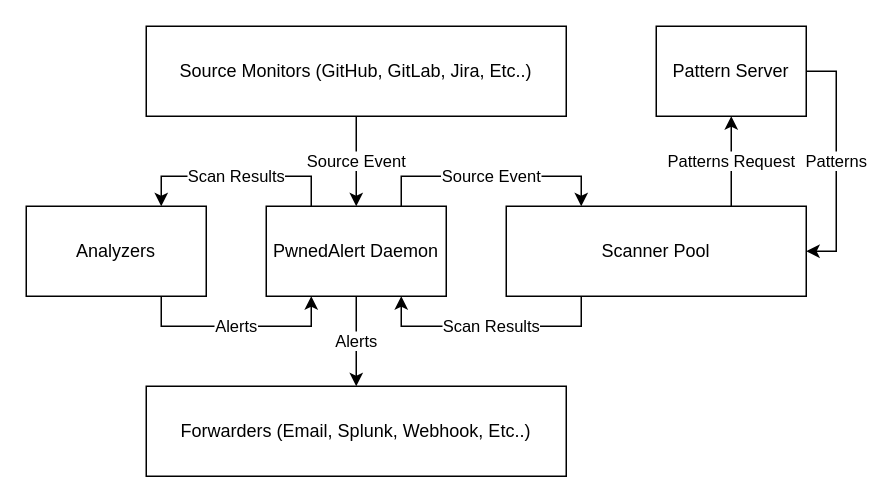
The draw.io diagram assets/PwnedAlert.drawio in leaktk/docs, before the edit. Source tidied: cells renumbered, new cells numbered last; positions are measured from the earlier drawing's top-left corner, leaving out a move shared by most shapes. Both pictures are drawn from the tidied source at 150%, with x=0, y=0 at pixel (26, 26).
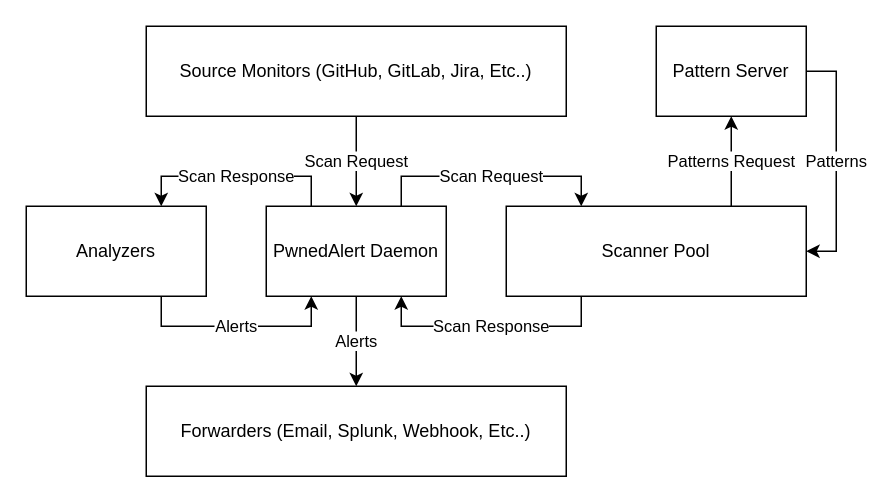
The same diagram, later.

What changed in the source:
```diff
@@
 <mxGraphModel>
   <root>
     <mxCell id="0" />
     <mxCell id="1" parent="0" />
-    <mxCell id="2" value="Source Event" style="edgeStyle=orthogonalEdgeStyle;rounded=0;jettySize=auto;html=1;exitX=0.5;exitY=1;exitDx=0;exitDy=0;entryX=0.5;entryY=0;entryDx=0;entryDy=0;" parent="1" edge="1" source="3" target="7">
+    <mxCell id="2" value="Scan Request" style="edgeStyle=orthogonalEdgeStyle;rounded=0;jettySize=auto;html=1;exitX=0.5;exitY=1;exitDx=0;exitDy=0;entryX=0.5;entryY=0;entryDx=0;entryDy=0;" parent="1" edge="1" source="3" target="7">
       <mxGeometry relative="1" as="geometry" />
     </mxCell>
     <mxCell id="3" value="Source Monitors (GitHub, GitLab, Jira, Etc..)" style="rounded=0;whiteSpace=wrap;html=1;" parent="1" vertex="1">
       <mxGeometry x="80" width="280" height="60" as="geometry" />
     </mxCell>
-    <mxCell id="4" value="Source Event" style="edgeStyle=orthogonalEdgeStyle;rounded=0;jettySize=auto;html=1;exitX=0.75;exitY=0;exitDx=0;exitDy=0;entryX=0.25;entryY=0;entryDx=0;entryDy=0;" parent="1" edge="1" source="7" target="12">
+    <mxCell id="4" value="Scan Request" style="edgeStyle=orthogonalEdgeStyle;rounded=0;jettySize=auto;html=1;exitX=0.75;exitY=0;exitDx=0;exitDy=0;entryX=0.25;entryY=0;entryDx=0;entryDy=0;" parent="1" edge="1" source="7" target="12">
       <mxGeometry relative="1" as="geometry" />
     </mxCell>
-    <mxCell id="5" value="Scan Results" style="edgeStyle=orthogonalEdgeStyle;rounded=0;jettySize=auto;html=1;exitX=0.25;exitY=0;exitDx=0;exitDy=0;entryX=0.75;entryY=0;entryDx=0;entryDy=0;" parent="1" edge="1" source="7" target="14">
+    <mxCell id="5" value="Scan Response" style="edgeStyle=orthogonalEdgeStyle;rounded=0;jettySize=auto;html=1;exitX=0.25;exitY=0;exitDx=0;exitDy=0;entryX=0.75;entryY=0;entryDx=0;entryDy=0;" parent="1" edge="1" source="7" target="14">
       <mxGeometry relative="1" as="geometry" />
     </mxCell>
     <mxCell id="6" value="Alerts" style="edgeStyle=orthogonalEdgeStyle;rounded=0;jettySize=auto;html=1;exitX=0.5;exitY=1;exitDx=0;exitDy=0;entryX=0.5;entryY=0;entryDx=0;entryDy=0;" parent="1" edge="1" source="7" target="15">
       <mxGeometry relative="1" as="geometry" />
     </mxCell>
     <mxCell id="7" value="PwnedAlert Daemon" style="rounded=0;whiteSpace=wrap;html=1;" parent="1" vertex="1">
       <mxGeometry x="160" y="120" width="120" height="60" as="geometry" />
     </mxCell>
     <mxCell id="8" value="Patterns" style="edgeStyle=orthogonalEdgeStyle;rounded=0;jettySize=auto;html=1;exitX=1;exitY=0.5;exitDx=0;exitDy=0;entryX=1;entryY=0.5;entryDx=0;entryDy=0;" parent="1" edge="1" source="9" target="12">
       <mxGeometry relative="1" as="geometry" />
     </mxCell>
     <mxCell id="9" value="Pattern Server" style="rounded=0;whiteSpace=wrap;html=1;" parent="1" vertex="1">
       <mxGeometry x="420" width="100" height="60" as="geometry" />
     </mxCell>
-    <mxCell id="10" value="Scan Results" style="edgeStyle=orthogonalEdgeStyle;rounded=0;jettySize=auto;html=1;exitX=0.25;exitY=1;exitDx=0;exitDy=0;entryX=0.75;entryY=1;entryDx=0;entryDy=0;" parent="1" edge="1" source="12" target="7">
+    <mxCell id="10" value="Scan Response" style="edgeStyle=orthogonalEdgeStyle;rounded=0;jettySize=auto;html=1;exitX=0.25;exitY=1;exitDx=0;exitDy=0;entryX=0.75;entryY=1;entryDx=0;entryDy=0;" parent="1" edge="1" source="12" target="7">
       <mxGeometry relative="1" as="geometry" />
     </mxCell>
     <mxCell id="11" value="Patterns Request" style="edgeStyle=orthogonalEdgeStyle;rounded=0;jettySize=auto;html=1;exitX=0.75;exitY=0;exitDx=0;exitDy=0;entryX=0.5;entryY=1;entryDx=0;entryDy=0;" parent="1" edge="1" source="12" target="9">
       <mxGeometry relative="1" as="geometry" />
     </mxCell>
     <mxCell id="12" value="Scanner Pool" style="rounded=0;whiteSpace=wrap;html=1;" parent="1" vertex="1">
       <mxGeometry x="320" y="120" width="200" height="60" as="geometry" />
     </mxCell>
     <mxCell id="13" value="Alerts" style="edgeStyle=orthogonalEdgeStyle;rounded=0;jettySize=auto;html=1;exitX=0.75;exitY=1;exitDx=0;exitDy=0;entryX=0.25;entryY=1;entryDx=0;entryDy=0;" parent="1" edge="1" source="14" target="7">
       <mxGeometry relative="1" as="geometry" />
     </mxCell>
     <mxCell id="14" value="Analyzers" style="rounded=0;whiteSpace=wrap;html=1;" parent="1" vertex="1">
       <mxGeometry y="120" width="120" height="60" as="geometry" />
     </mxCell>
     <mxCell id="15" value="Forwarders (Email, Splunk, Webhook, Etc..)" style="rounded=0;whiteSpace=wrap;html=1;" parent="1" vertex="1">
       <mxGeometry x="80" y="240" width="280" height="60" as="geometry" />
     </mxCell>
   </root>
 </mxGraphModel>
```
